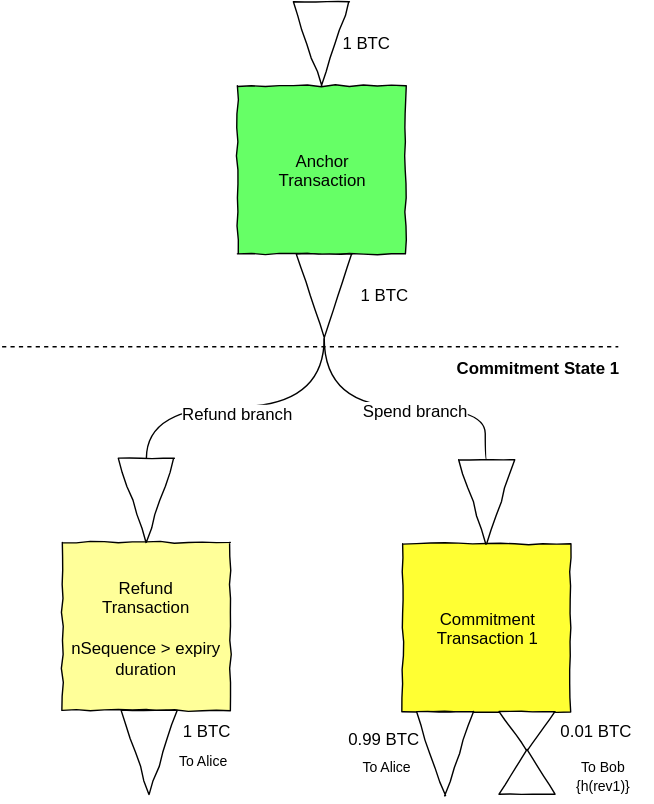
Earlier version of the draw.io export two-way-channel1.svg (PayChan/bitcoin-payment-channels-taxonomy). Source tidied: cells renumbered, new cells last; positions are measured from the earlier drawing's top-left corner, leaving out a move shared by most shapes.
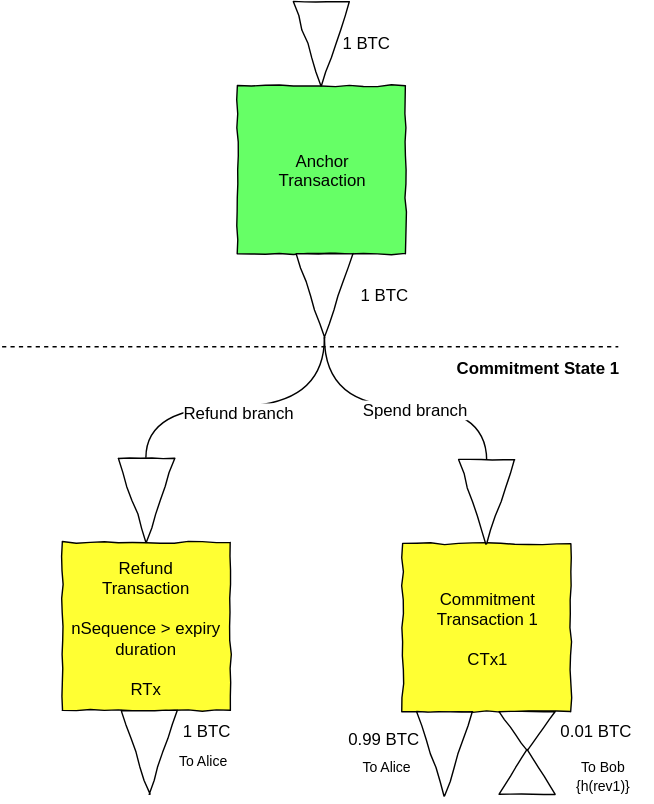
After the change.

Change to the diagram source:
```diff
@@ -12,7 +12,7 @@
       <mxGeometry x="200" y="179.7" width="60" height="40" as="geometry" />
     </mxCell>
     <mxCell id="5" style="endArrow=none;html=1;edgeStyle=orthogonalEdgeStyle;endFill=0;curved=1;exitX=1;exitY=0.5;entryX=0;entryY=0.5;" parent="1" edge="1" source="4" target="17">
-      <mxGeometry x="374" y="4783.7" as="geometry">
+      <mxGeometry x="379" y="6511.7" as="geometry">
         <Array as="points">
           <mxPoint x="230" y="279" />
           <mxPoint x="345" y="279" />
@@ -25,12 +25,12 @@
       </mxGeometry>
     </mxCell>
     <mxCell id="7" value="Spend branch" style="text;html=1;align=center;verticalAlign=middle;labelBackgroundColor=#ffffff;" parent="1" vertex="1">
-      <mxGeometry x="295" y="281" as="geometry">
+      <mxGeometry x="294.7" y="280.7" as="geometry">
         <mxPoint x="12" y="2" as="offset" />
       </mxGeometry>
     </mxCell>
     <mxCell id="8" style="endArrow=none;html=1;edgeStyle=orthogonalEdgeStyle;endFill=0;curved=1;exitX=1;exitY=0.5;entryX=0;entryY=0.5;" parent="1" edge="1" source="4" target="14">
-      <mxGeometry x="84" y="4793.7" as="geometry">
+      <mxGeometry x="89" y="6521.7" as="geometry">
         <Array as="points">
           <mxPoint x="230" y="279" />
           <mxPoint x="103" y="279" />
@@ -43,7 +43,7 @@
       </mxGeometry>
     </mxCell>
     <mxCell id="10" value="Refund branch" style="text;html=1;align=center;verticalAlign=middle;labelBackgroundColor=#ffffff;" parent="1" vertex="1">
-      <mxGeometry x="168" y="283" as="geometry">
+      <mxGeometry x="168.7" y="282.7" as="geometry">
         <mxPoint x="-4" y="4" as="offset" />
       </mxGeometry>
     </mxCell>
@@ -53,7 +53,7 @@
     <mxCell id="12" value="1 BTC" style="text;html=1;strokeColor=none;fillColor=none;align=center;verticalAlign=middle;whiteSpace=wrap;overflow=hidden;comic=1;" parent="1" vertex="1">
       <mxGeometry x="249" y="179.7" width="48" height="39" as="geometry" />
     </mxCell>
-    <mxCell id="13" value="&lt;span&gt;Refund&lt;/span&gt;&lt;div&gt;Transaction&lt;/div&gt;&lt;div&gt;&lt;br&gt;&lt;/div&gt;&lt;div&gt;nSequence &amp;gt; expiry duration&lt;/div&gt;" style="whiteSpace=wrap;html=1;comic=1;fillColor=#FFFF99;" parent="1" vertex="1">
+    <mxCell id="13" value="&lt;span&gt;Refund&lt;/span&gt;&lt;div&gt;Transaction&lt;/div&gt;&lt;div&gt;&lt;br&gt;&lt;/div&gt;&lt;div&gt;nSequence &amp;gt; expiry duration&lt;/div&gt;&lt;div&gt;&lt;br&gt;&lt;/div&gt;&lt;div&gt;RTx&lt;/div&gt;" style="whiteSpace=wrap;html=1;comic=1;fillColor=#FFFF33;" parent="1" vertex="1">
       <mxGeometry x="43" y="375.7" width="120" height="120" as="geometry" />
     </mxCell>
     <mxCell id="14" style="triangle;whiteSpace=wrap;html=1;comic=1;rotation=90;" parent="1" vertex="1">
@@ -62,7 +62,7 @@
     <mxCell id="15" style="triangle;whiteSpace=wrap;html=1;comic=1;rotation=90;" parent="1" vertex="1">
       <mxGeometry x="75" y="505.7" width="60" height="40" as="geometry" />
     </mxCell>
-    <mxCell id="16" value="Commitment&lt;div&gt;Transaction 1&lt;/div&gt;" style="whiteSpace=wrap;html=1;comic=1;fillColor=#FFFF33;" parent="1" vertex="1">
+    <mxCell id="16" value="Commitment&lt;div&gt;Transaction 1&lt;/div&gt;&lt;div&gt;&lt;br&gt;&lt;/div&gt;&lt;div&gt;CTx1&lt;/div&gt;" style="whiteSpace=wrap;html=1;comic=1;fillColor=#FFFF33;" parent="1" vertex="1">
       <mxGeometry x="286" y="376.7" width="120" height="120" as="geometry" />
     </mxCell>
     <mxCell id="17" style="triangle;whiteSpace=wrap;html=1;comic=1;rotation=90;" parent="1" vertex="1">
@@ -117,7 +117,7 @@
       <mxGeometry x="394" y="524.3" width="70" height="36" as="geometry" />
     </mxCell>
     <mxCell id="34" style="endArrow=none;html=1;endFill=0;dashed=1;" parent="1" edge="1">
-      <mxGeometry x="129" y="4780" as="geometry">
+      <mxGeometry x="134" y="6508" as="geometry">
         <mxPoint y="236" as="sourcePoint" />
         <mxPoint x="440" y="236" as="targetPoint" />
       </mxGeometry>
```
